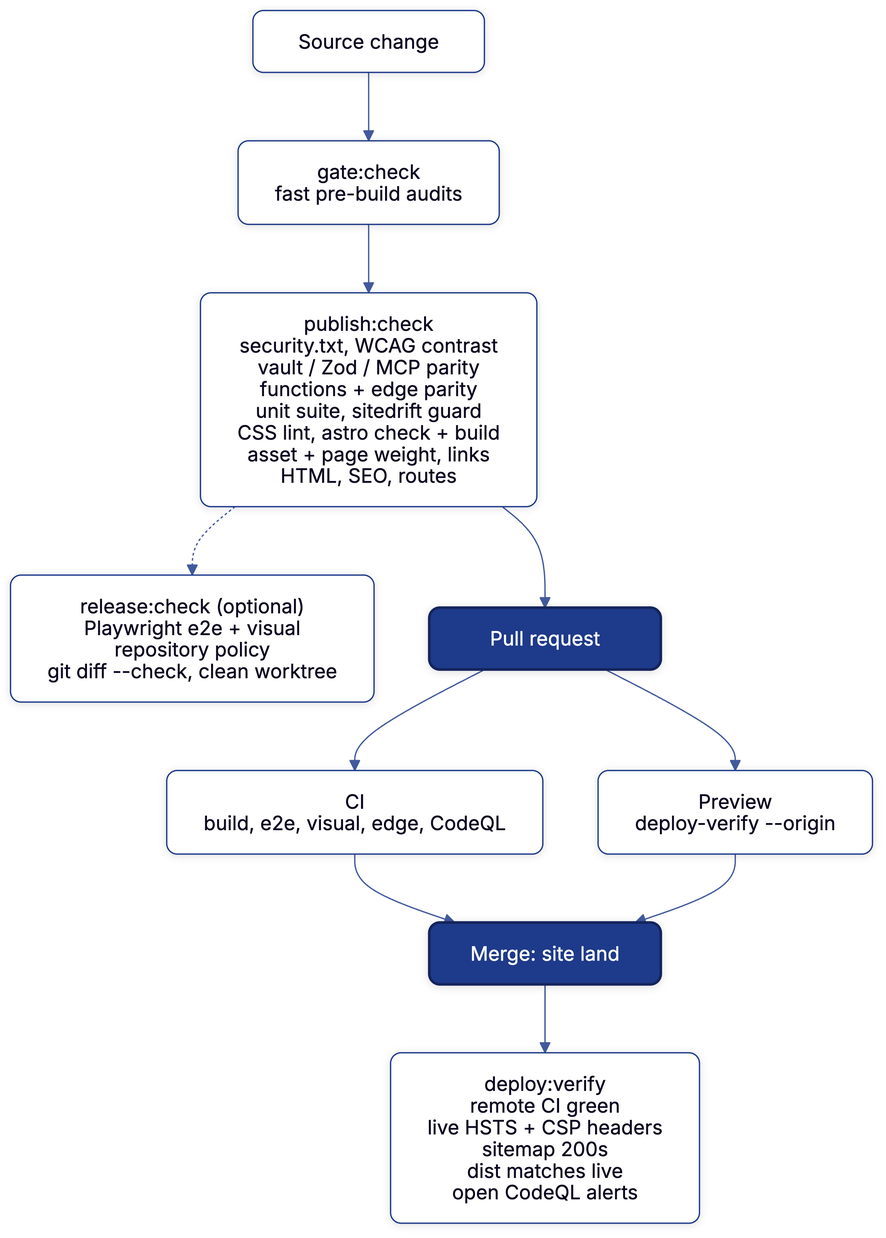
joeseverino/jseverino.com keeps this Mermaid diagram as docs/diagrams/gate-ladder.png. Above is the earlier version. Its source is kept beside it as docs/diagrams/gate-ladder.mmd.
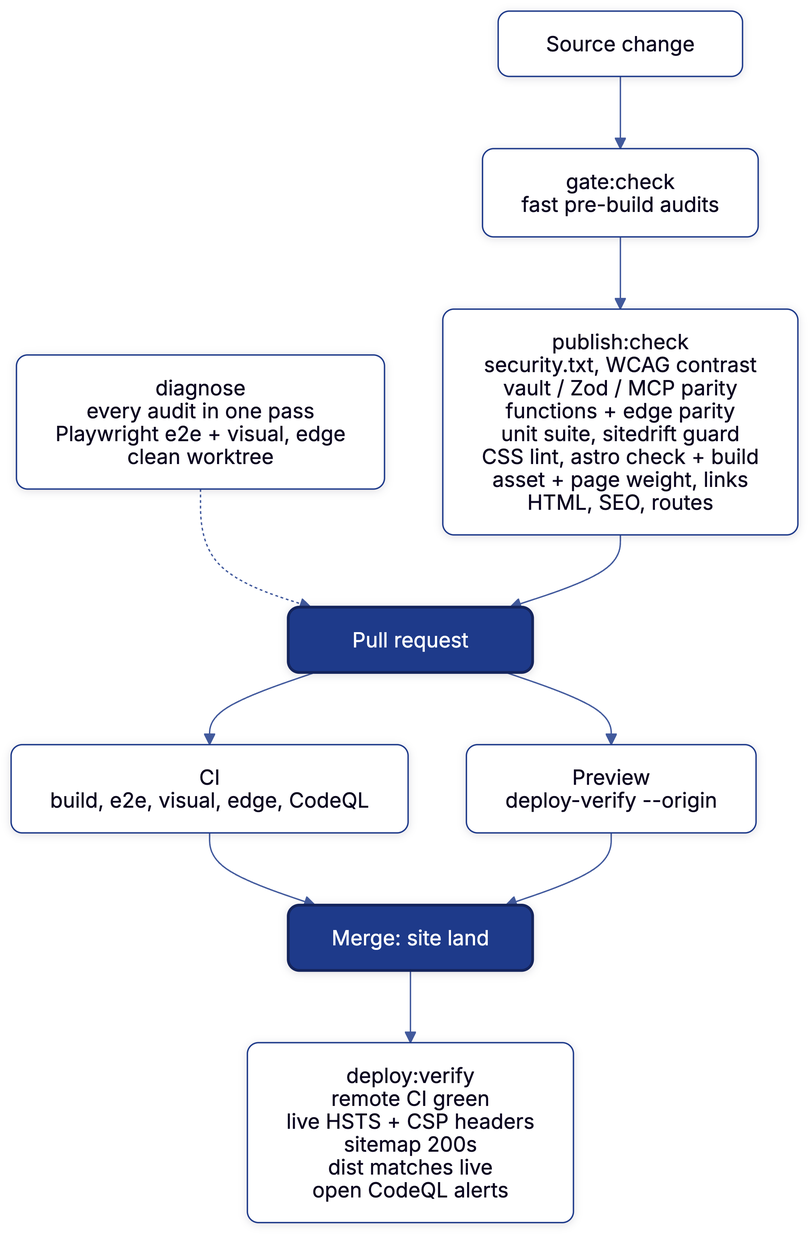
The same file after the commit.

What changed in the source:
```diff
@@ -2,7 +2,7 @@
 flowchart TB
     A["Source change"] --> G["gate:check<br/>fast pre-build audits"]
     G --> B["publish:check<br/>security.txt, WCAG contrast<br/>vault / Zod / MCP parity<br/>functions + edge parity<br/>unit suite, sitedrift guard<br/>CSS lint, astro check + build<br/>asset + page weight, links<br/>HTML, SEO, routes"]
-    B -.-> C["release:check (optional)<br/>Playwright e2e + visual<br/>repository policy<br/>git diff --check, clean worktree"]
+    D["diagnose<br/>every audit in one pass<br/>Playwright e2e + visual, edge<br/>clean worktree"] -.-> PR
     B --> PR["Pull request"]
     PR --> CI["CI<br/>build, e2e, visual, edge, CodeQL"]
     PR --> PV["Preview<br/>deploy-verify --origin"]
```
